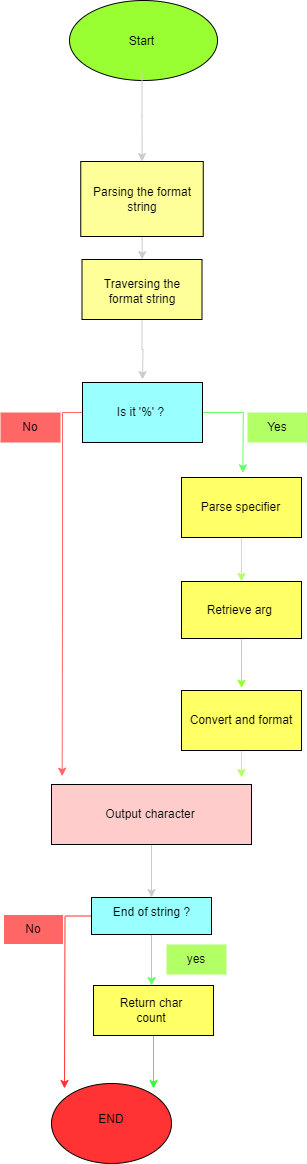
Above: flowchartprintf.png in Aymeric154/holbertonschool-printf (draw.io), before the change. Source tidied: cells renumbered, new cells last; positions are measured from the earlier drawing's top-left corner, leaving out a move shared by most shapes.
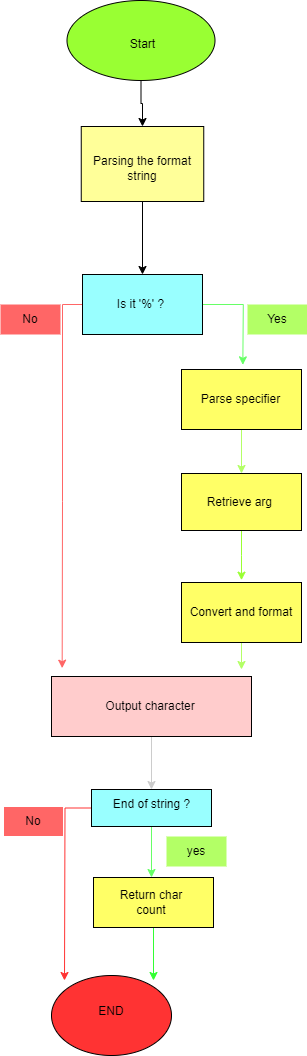
The same diagram one commit later.

Commit message:
Mettre à jour flowchartprintf.png

Change to the diagram source:
```diff
@@ -2,35 +2,24 @@
   <root>
     <mxCell id="0" />
     <mxCell id="1" parent="0" />
+    <mxCell id="39" style="edgeStyle=orthogonalEdgeStyle;rounded=0;jettySize=auto;html=1;exitX=0.5;exitY=1;exitDx=0;exitDy=0;entryX=0.5;entryY=0;entryDx=0;entryDy=0;" parent="1" edge="1" source="2" target="6">
+      <mxGeometry relative="1" as="geometry" />
+    </mxCell>
     <mxCell id="2" style="ellipse;whiteSpace=wrap;html=1;fillColor=#99FF33;" parent="1" vertex="1">
-      <mxGeometry x="69" width="148" height="80" as="geometry" />
+      <mxGeometry x="66.5" y="108" width="148" height="80" as="geometry" />
     </mxCell>
-    <mxCell id="3" style="edgeStyle=orthogonalEdgeStyle;rounded=0;jettySize=auto;html=1;strokeColor=#CCCCCC;" parent="1" edge="1" source="4" target="6">
-      <mxGeometry relative="1" as="geometry" />
-    </mxCell>
     <mxCell id="4" value="Start" style="text;strokeColor=none;align=center;fillColor=none;html=1;verticalAlign=middle;whiteSpace=wrap;rounded=0;" parent="1" vertex="1">
-      <mxGeometry x="95" y="11" width="93" height="60" as="geometry" />
+      <mxGeometry x="95.5" y="122" width="93" height="60" as="geometry" />
     </mxCell>
-    <mxCell id="5" style="edgeStyle=orthogonalEdgeStyle;rounded=0;jettySize=auto;html=1;strokeColor=#CCCCCC;" parent="1" edge="1" source="6" target="9">
-      <mxGeometry relative="1" as="geometry" />
-    </mxCell>
+    <mxCell id="40" style="edgeStyle=orthogonalEdgeStyle;rounded=0;jettySize=auto;html=1;exitX=0.5;exitY=1;exitDx=0;exitDy=0;entryX=0.5;entryY=0;entryDx=0;entryDy=0;" parent="1" edge="1" source="6" target="13">
+      <mxGeometry relative="1" as="geometry" />
+    </mxCell>
     <mxCell id="6" style="rounded=0;whiteSpace=wrap;html=1;fillColor=#FFFF99;" parent="1" vertex="1">
-      <mxGeometry x="80.2" y="161" width="122.5" height="75" as="geometry" />
+      <mxGeometry x="80.8" y="234" width="122.5" height="75" as="geometry" />
     </mxCell>
     <mxCell id="7" value="Parsing the format string" style="text;strokeColor=none;align=center;fillColor=none;html=1;verticalAlign=middle;whiteSpace=wrap;rounded=0;" parent="1" vertex="1">
-      <mxGeometry x="86.5" y="183.5" width="110" height="30" as="geometry" />
+      <mxGeometry x="87" y="261" width="110" height="30" as="geometry" />
     </mxCell>
-    <mxCell id="8" style="edgeStyle=orthogonalEdgeStyle;rounded=0;jettySize=auto;html=1;exitX=0.5;exitY=1;exitDx=0;exitDy=0;strokeColor=#CCCCCC;" parent="1" edge="1" source="9">
-      <mxGeometry relative="1" as="geometry">
-        <mxPoint x="142" y="379" as="targetPoint" />
-      </mxGeometry>
-    </mxCell>
-    <mxCell id="9" style="rounded=0;whiteSpace=wrap;html=1;fillColor=#FFFF99;" parent="1" vertex="1">
-      <mxGeometry x="81.5" y="259" width="120" height="60" as="geometry" />
-    </mxCell>
-    <mxCell id="10" value="Traversing the format string" style="text;strokeColor=none;align=center;fillColor=none;html=1;verticalAlign=middle;whiteSpace=wrap;rounded=0;" parent="1" vertex="1">
-      <mxGeometry x="91" y="276" width="102" height="30" as="geometry" />
-    </mxCell>
     <mxCell id="11" style="edgeStyle=orthogonalEdgeStyle;rounded=0;jettySize=auto;html=1;exitX=1;exitY=0.5;exitDx=0;exitDy=0;strokeColor=#66FF66;" parent="1" edge="1" source="13">
       <mxGeometry relative="1" as="geometry">
         <mxPoint x="242.3" y="472.3" as="targetPoint" />
```
